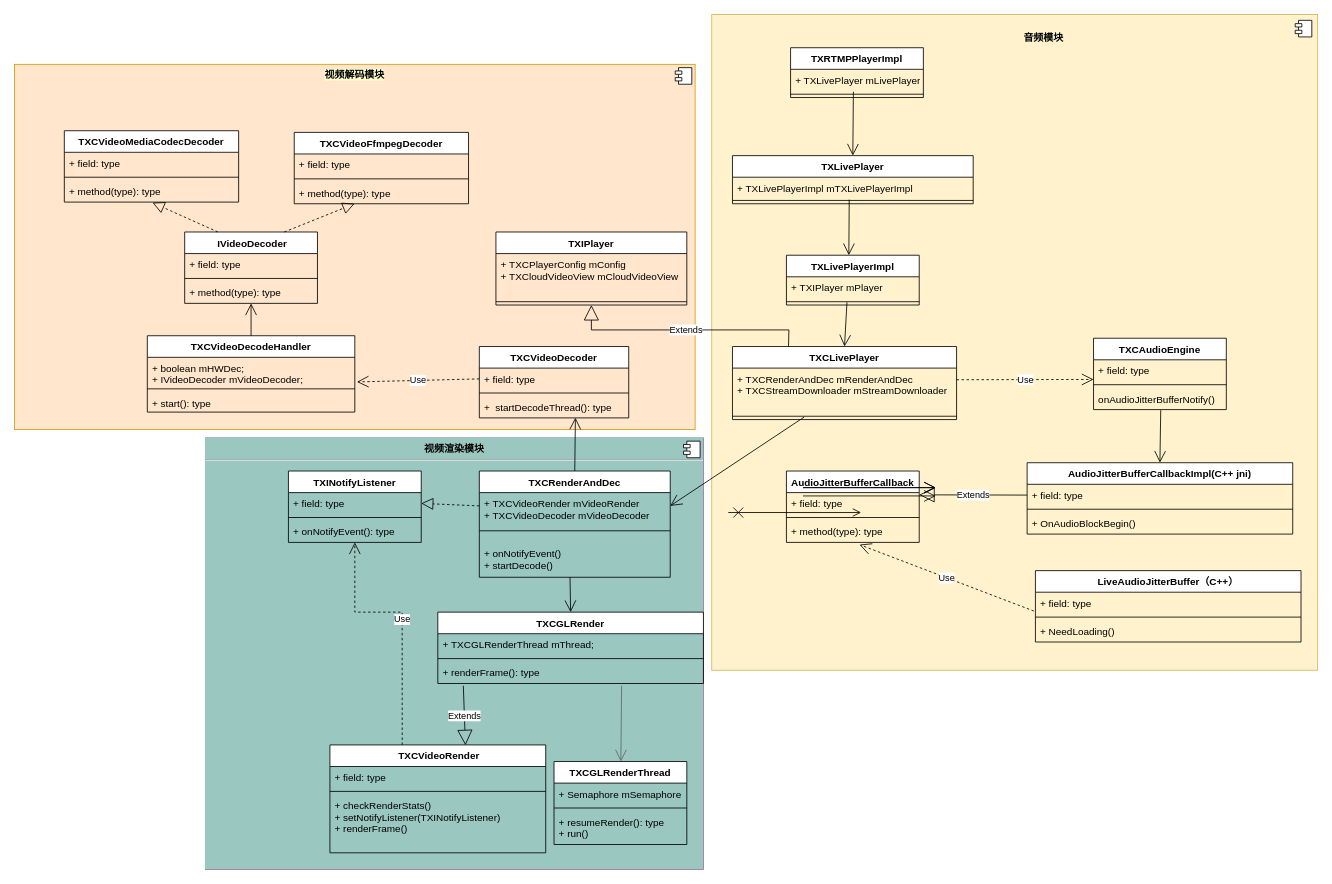
This is diagrams/V2_RTMP_Player.drawio from paopaosecret/resources, a draw.io file, before an edit. Source tidied: cells renumbered, new cells numbered last; positions are measured from the earlier drawing's top-left corner, leaving out a move shared by most shapes. Both pictures are drawn from the tidied source at 83%, with x=0, y=0 at pixel (14, 14).
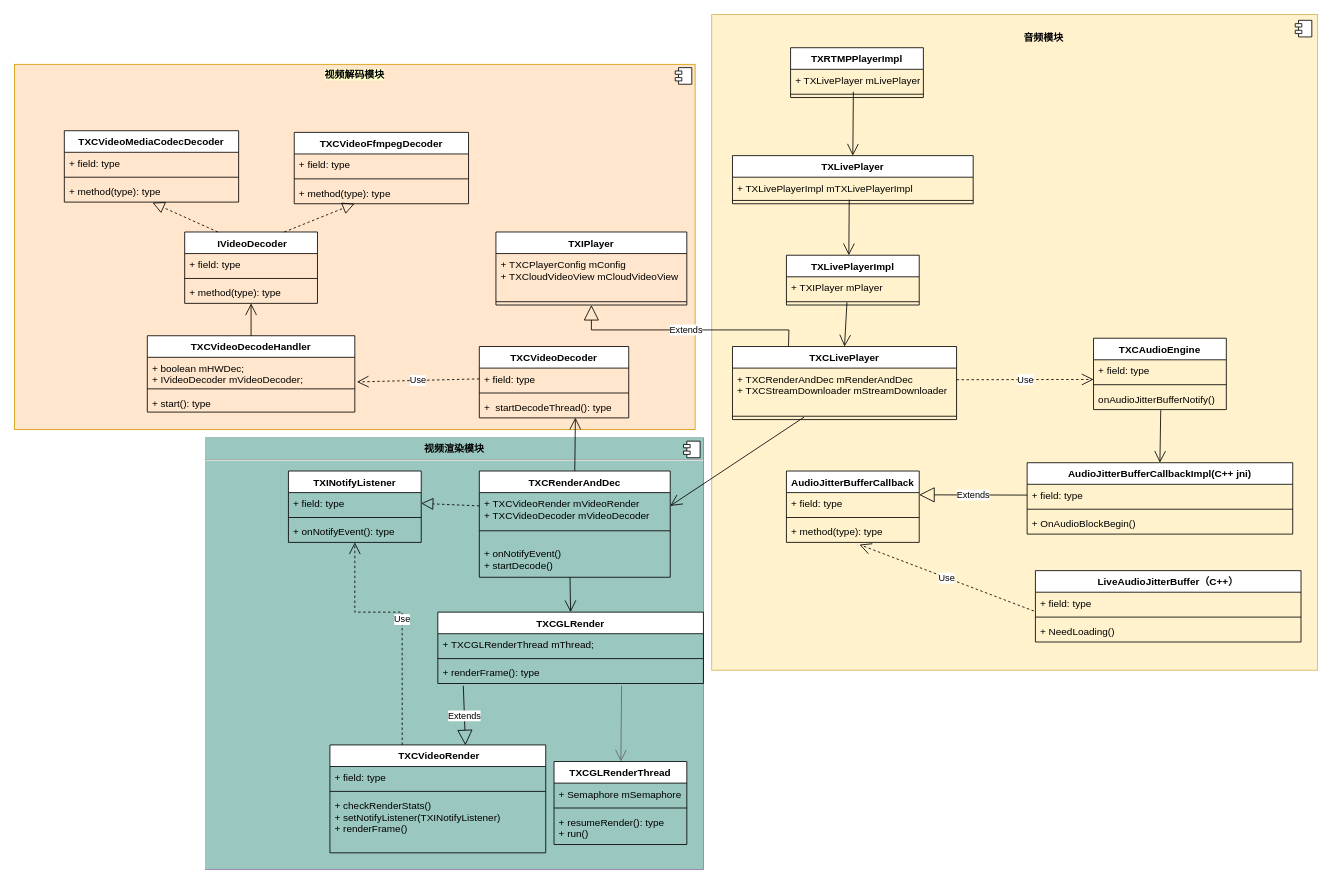
The same diagram, later.

What changed in the source:
```diff
@@
-    <mxCell id="55" style="endArrow=open;endFill=1;endSize=12;html=1;rounded=0;" parent="1" edge="1">
-      <mxGeometry relative="1" as="geometry">
-        <mxPoint x="950" y="580" as="sourcePoint" />
-        <mxPoint x="1110" y="580" as="targetPoint" />
-      </mxGeometry>
-    </mxCell>
-    <mxCell id="56" style="endArrow=open;endFill=1;endSize=12;html=1;rounded=0;" parent="1" edge="1">
-      <mxGeometry relative="1" as="geometry">
-        <mxPoint x="950" y="570" as="sourcePoint" />
-        <mxPoint x="1110" y="570" as="targetPoint" />
-      </mxGeometry>
-    </mxCell>
-    <mxCell id="57" style="endArrow=open;endFill=1;endSize=12;html=1;rounded=0;" parent="1" edge="1">
-      <mxGeometry relative="1" as="geometry">
-        <mxPoint x="950" y="570" as="sourcePoint" />
-        <mxPoint x="1110" y="570" as="targetPoint" />
-      </mxGeometry>
-    </mxCell>
@@
-    <mxCell id="69" style="endArrow=open;startArrow=cross;endFill=0;startFill=0;endSize=8;startSize=10;html=1;rounded=0;" parent="1" edge="1">
-      <mxGeometry relative="1" as="geometry">
-        <mxPoint x="860" y="600" as="sourcePoint" />
-        <mxPoint x="1020" y="600" as="targetPoint" />
-      </mxGeometry>
-    </mxCell>
```
